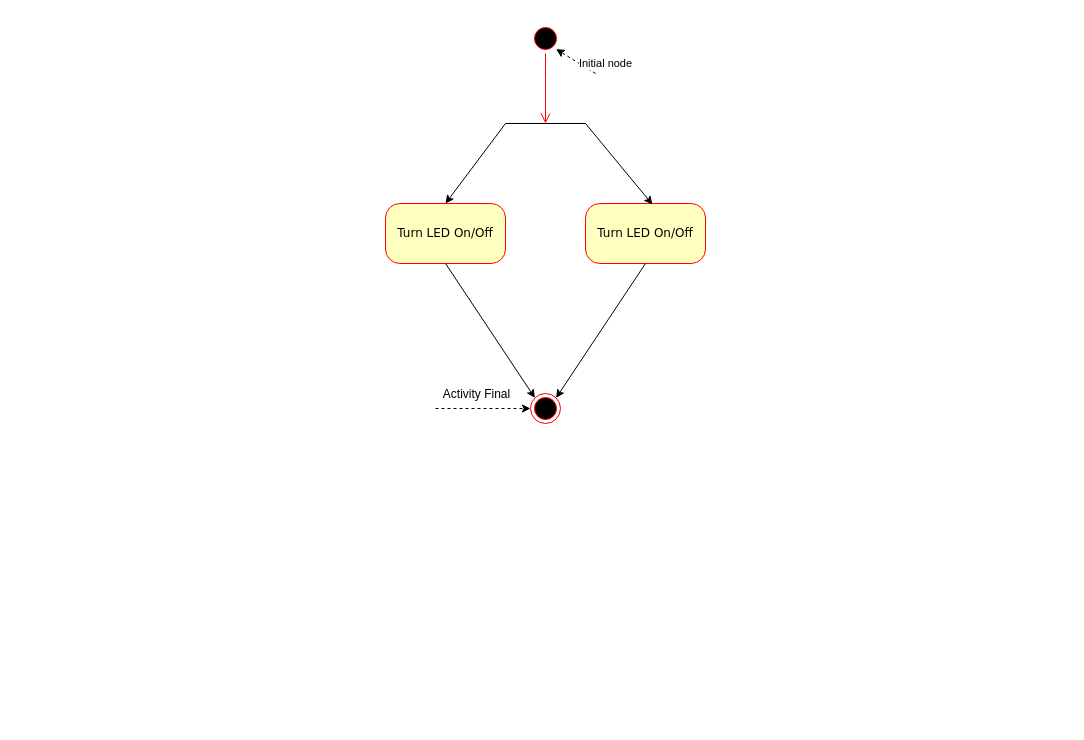
Above: W5 State Diagrams/State Diagrams.drawio in Kenoyer-Brian/CIT360 (draw.io), before the change. Source tidied: cells renumbered, new cells numbered last; positions are measured from the earlier drawing's top-left corner, leaving out a move shared by most shapes. Both pictures are drawn from the tidied source at 100%, with x=0, y=0 at pixel (385, 23).
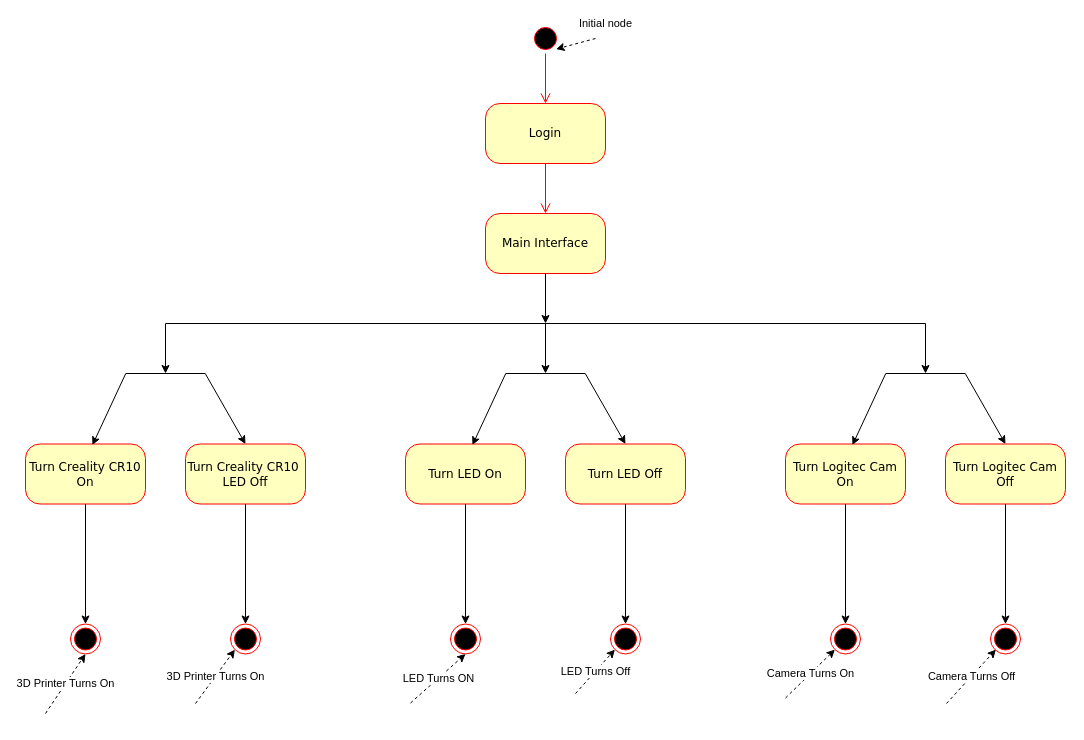
The same page after the edit.

The change refers to these unchanged cells:
```xml
<mxCell id="2" style="ellipse;html=1;shape=startState;fillColor=#000000;strokeColor=#ff0000;rounded=1;shadow=0;comic=0;labelBackgroundColor=none;fontFamily=Verdana;fontSize=12;fontColor=#000000;align=center;direction=south;" parent="1" vertex="1">
  <mxGeometry x="145" width="30" height="30" as="geometry" />
</mxCell>
```

Change to the diagram source:
```diff
@@
-    <mxCell id="3" value="Turn LED On/Off" style="rounded=1;whiteSpace=wrap;html=1;arcSize=24;fillColor=#ffffc0;strokeColor=#ff0000;shadow=0;comic=0;labelBackgroundColor=none;fontFamily=Verdana;fontSize=12;fontColor=#000000;align=center;" parent="1" vertex="1">
-      <mxGeometry x="200" y="180" width="120" height="60" as="geometry" />
+    <mxCell id="3" value="Turn Logitec Cam On" style="rounded=1;whiteSpace=wrap;html=1;arcSize=24;fillColor=#ffffc0;strokeColor=#ff0000;shadow=0;comic=0;labelBackgroundColor=none;fontFamily=Verdana;fontSize=12;fontColor=#000000;align=center;" parent="1" vertex="1">
+      <mxGeometry x="400" y="420.5" width="120" height="60" as="geometry" />
     </mxCell>
-    <mxCell id="4" style="edgeStyle=orthogonalEdgeStyle;html=1;labelBackgroundColor=none;endArrow=open;endSize=8;strokeColor=#ff0000;fontFamily=Verdana;fontSize=12;align=left;exitX=1;exitY=0.5;exitDx=0;exitDy=0;" parent="1" edge="1" source="2">
-      <mxGeometry relative="1" as="geometry">
-        <mxPoint x="160" y="100" as="targetPoint" />
-      </mxGeometry>
+    <mxCell id="4" style="edgeStyle=orthogonalEdgeStyle;html=1;labelBackgroundColor=none;endArrow=open;endSize=8;strokeColor=#ff0000;fontFamily=Verdana;fontSize=12;align=left;exitX=1;exitY=0.5;exitDx=0;exitDy=0;entryX=0.5;entryY=0;entryDx=0;entryDy=0;" parent="1" edge="1" source="2" target="19">
+      <mxGeometry relative="1" as="geometry" />
     </mxCell>
     <mxCell id="5" style="endArrow=none;html=1;" parent="1" edge="1">
       <mxGeometry relative="1" as="geometry">
-        <mxPoint x="120" y="100" as="sourcePoint" />
-        <mxPoint x="200" y="100" as="targetPoint" />
+        <mxPoint x="500" y="350" as="sourcePoint" />
+        <mxPoint x="580" y="350" as="targetPoint" />
       </mxGeometry>
     </mxCell>
-    <mxCell id="6" value="Turn LED On/Off" style="rounded=1;whiteSpace=wrap;html=1;arcSize=24;fillColor=#ffffc0;strokeColor=#ff0000;shadow=0;comic=0;labelBackgroundColor=none;fontFamily=Verdana;fontSize=12;fontColor=#000000;align=center;" parent="1" vertex="1">
-      <mxGeometry y="180" width="120" height="60" as="geometry" />
-    </mxCell>
-    <mxCell id="7" style="endArrow=classic;html=1;entryX=0.5;entryY=0;entryDx=0;entryDy=0;" parent="1" edge="1" target="6">
-      <mxGeometry relative="1" as="geometry">
-        <mxPoint x="120" y="100" as="sourcePoint" />
-      </mxGeometry>
-    </mxCell>
     <mxCell id="8" style="endArrow=classic;html=1;entryX=0.558;entryY=0.017;entryDx=0;entryDy=0;entryPerimeter=0;" parent="1" edge="1" target="3">
       <mxGeometry relative="1" as="geometry">
-        <mxPoint x="200" y="100" as="sourcePoint" />
+        <mxPoint x="500" y="350.5" as="sourcePoint" />
       </mxGeometry>
     </mxCell>
     <mxCell id="9" style="ellipse;html=1;shape=endState;fillColor=#000000;strokeColor=#ff0000;rounded=1;shadow=0;comic=0;labelBackgroundColor=none;fontFamily=Verdana;fontSize=12;fontColor=#000000;align=center;" parent="1" vertex="1">
-      <mxGeometry x="145" y="370" width="30" height="30" as="geometry" />
+      <mxGeometry x="445" y="600.5" width="30" height="30" as="geometry" />
     </mxCell>
-    <mxCell id="10" style="endArrow=classic;html=1;entryX=0;entryY=0;entryDx=0;entryDy=0;exitX=0.5;exitY=1;exitDx=0;exitDy=0;" parent="1" edge="1" source="6" target="9">
-      <mxGeometry relative="1" as="geometry" />
-    </mxCell>
-    <mxCell id="11" style="endArrow=classic;html=1;exitX=0.5;exitY=1;exitDx=0;exitDy=0;entryX=1;entryY=0;entryDx=0;entryDy=0;" parent="1" edge="1" source="3" target="9">
+    <mxCell id="11" style="endArrow=classic;html=1;exitX=0.5;exitY=1;exitDx=0;exitDy=0;entryX=0.5;entryY=0;entryDx=0;entryDy=0;" parent="1" edge="1" source="3" target="9">
       <mxGeometry relative="1" as="geometry" />
     </mxCell>
     <mxCell id="12" value="Initial node" style="endArrow=classic;html=1;dashed=1;entryX=1;entryY=0;entryDx=0;entryDy=0;" parent="1" edge="1" target="2">
-      <mxGeometry x="-1" y="-14" relative="1" as="geometry">
-        <mxPoint x="210" y="50" as="sourcePoint" />
-        <mxPoint x="3" y="2" as="offset" />
+      <mxGeometry x="-1" y="-18" relative="1" as="geometry">
+        <mxPoint x="210" y="15" as="sourcePoint" />
+        <mxPoint x="15" y="2" as="offset" />
       </mxGeometry>
     </mxCell>
-    <mxCell id="13" style="endArrow=classic;html=1;dashed=1;entryX=0;entryY=0.5;entryDx=0;entryDy=0;" parent="1" edge="1" target="9">
-      <mxGeometry relative="1" as="geometry">
-        <mxPoint x="50" y="385" as="sourcePoint" />
-      </mxGeometry>
-    </mxCell>
-    <mxCell id="14" value="Activity Final" style="text;html=1;align=center;verticalAlign=middle;labelBackgroundColor=#ffffff;" parent="13" vertex="1">
-      <mxGeometry x="-0.79" y="-3" relative="1" as="geometry">
-        <mxPoint x="30" y="-18" as="offset" />
-      </mxGeometry>
-    </mxCell>
+    <mxCell id="15" value="Turn Logitec Cam&lt;br&gt;Off" style="rounded=1;whiteSpace=wrap;html=1;arcSize=24;fillColor=#ffffc0;strokeColor=#ff0000;shadow=0;comic=0;labelBackgroundColor=none;fontFamily=Verdana;fontSize=12;fontColor=#000000;align=center;" parent="1" vertex="1">
+      <mxGeometry x="560" y="420.5" width="120" height="60" as="geometry" />
+    </mxCell>
+    <mxCell id="16" style="endArrow=classic;html=1;entryX=0.5;entryY=0;entryDx=0;entryDy=0;" parent="1" edge="1" target="15">
+      <mxGeometry relative="1" as="geometry">
+        <mxPoint x="580" y="350.5" as="sourcePoint" />
+      </mxGeometry>
+    </mxCell>
+    <mxCell id="17" style="ellipse;html=1;shape=endState;fillColor=#000000;strokeColor=#ff0000;rounded=1;shadow=0;comic=0;labelBackgroundColor=none;fontFamily=Verdana;fontSize=12;fontColor=#000000;align=center;" parent="1" vertex="1">
+      <mxGeometry x="605" y="600.5" width="30" height="30" as="geometry" />
+    </mxCell>
+    <mxCell id="18" style="endArrow=classic;html=1;exitX=0.5;exitY=1;exitDx=0;exitDy=0;entryX=0.5;entryY=0;entryDx=0;entryDy=0;" parent="1" edge="1" source="15" target="17">
+      <mxGeometry relative="1" as="geometry" />
+    </mxCell>
+    <mxCell id="19" value="Login" style="rounded=1;whiteSpace=wrap;html=1;arcSize=24;fillColor=#ffffc0;strokeColor=#ff0000;shadow=0;comic=0;labelBackgroundColor=none;fontFamily=Verdana;fontSize=12;fontColor=#000000;align=center;" parent="1" vertex="1">
+      <mxGeometry x="100" y="80" width="120" height="60" as="geometry" />
+    </mxCell>
+    <mxCell id="20" value="Main Interface" style="rounded=1;whiteSpace=wrap;html=1;arcSize=24;fillColor=#ffffc0;strokeColor=#ff0000;shadow=0;comic=0;labelBackgroundColor=none;fontFamily=Verdana;fontSize=12;fontColor=#000000;align=center;" parent="1" vertex="1">
+      <mxGeometry x="100" y="190" width="120" height="60" as="geometry" />
+    </mxCell>
+    <mxCell id="21" style="edgeStyle=orthogonalEdgeStyle;html=1;labelBackgroundColor=none;endArrow=open;endSize=8;strokeColor=#ff0000;fontFamily=Verdana;fontSize=12;align=left;exitX=0.5;exitY=1;exitDx=0;exitDy=0;entryX=0.5;entryY=0;entryDx=0;entryDy=0;" parent="1" edge="1" source="19" target="20">
+      <mxGeometry relative="1" as="geometry" />
+    </mxCell>
+    <mxCell id="22" value="Turn LED On" style="rounded=1;whiteSpace=wrap;html=1;arcSize=24;fillColor=#ffffc0;strokeColor=#ff0000;shadow=0;comic=0;labelBackgroundColor=none;fontFamily=Verdana;fontSize=12;fontColor=#000000;align=center;" parent="1" vertex="1">
+      <mxGeometry x="20" y="420.5" width="120" height="60" as="geometry" />
+    </mxCell>
+    <mxCell id="23" style="endArrow=none;html=1;" parent="1" edge="1">
+      <mxGeometry relative="1" as="geometry">
+        <mxPoint x="120" y="350" as="sourcePoint" />
+        <mxPoint x="200" y="350" as="targetPoint" />
+      </mxGeometry>
+    </mxCell>
+    <mxCell id="24" style="endArrow=classic;html=1;entryX=0.558;entryY=0.017;entryDx=0;entryDy=0;entryPerimeter=0;" parent="1" edge="1" target="22">
+      <mxGeometry relative="1" as="geometry">
+        <mxPoint x="120" y="350.5" as="sourcePoint" />
+      </mxGeometry>
+    </mxCell>
+    <mxCell id="25" style="ellipse;html=1;shape=endState;fillColor=#000000;strokeColor=#ff0000;rounded=1;shadow=0;comic=0;labelBackgroundColor=none;fontFamily=Verdana;fontSize=12;fontColor=#000000;align=center;" parent="1" vertex="1">
+      <mxGeometry x="65" y="600.5" width="30" height="30" as="geometry" />
+    </mxCell>
+    <mxCell id="26" style="endArrow=classic;html=1;exitX=0.5;exitY=1;exitDx=0;exitDy=0;entryX=0.5;entryY=0;entryDx=0;entryDy=0;" parent="1" edge="1" source="22" target="25">
+      <mxGeometry relative="1" as="geometry" />
+    </mxCell>
+    <mxCell id="27" value="Turn LED Off" style="rounded=1;whiteSpace=wrap;html=1;arcSize=24;fillColor=#ffffc0;strokeColor=#ff0000;shadow=0;comic=0;labelBackgroundColor=none;fontFamily=Verdana;fontSize=12;fontColor=#000000;align=center;" parent="1" vertex="1">
+      <mxGeometry x="180" y="420.5" width="120" height="60" as="geometry" />
+    </mxCell>
+    <mxCell id="28" style="endArrow=classic;html=1;entryX=0.5;entryY=0;entryDx=0;entryDy=0;" parent="1" edge="1" target="27">
+      <mxGeometry relative="1" as="geometry">
+        <mxPoint x="200" y="350.5" as="sourcePoint" />
+      </mxGeometry>
+    </mxCell>
+    <mxCell id="29" style="ellipse;html=1;shape=endState;fillColor=#000000;strokeColor=#ff0000;rounded=1;shadow=0;comic=0;labelBackgroundColor=none;fontFamily=Verdana;fontSize=12;fontColor=#000000;align=center;" parent="1" vertex="1">
+      <mxGeometry x="225" y="600.5" width="30" height="30" as="geometry" />
+    </mxCell>
+    <mxCell id="30" style="endArrow=classic;html=1;exitX=0.5;exitY=1;exitDx=0;exitDy=0;entryX=0.5;entryY=0;entryDx=0;entryDy=0;" parent="1" edge="1" source="27" target="29">
+      <mxGeometry relative="1" as="geometry" />
+    </mxCell>
+    <mxCell id="31" value="Turn Creality CR10 On" style="rounded=1;whiteSpace=wrap;html=1;arcSize=24;fillColor=#ffffc0;strokeColor=#ff0000;shadow=0;comic=0;labelBackgroundColor=none;fontFamily=Verdana;fontSize=12;fontColor=#000000;align=center;" parent="1" vertex="1">
+      <mxGeometry x="-360" y="420.5" width="120" height="60" as="geometry" />
+    </mxCell>
+    <mxCell id="32" style="endArrow=none;html=1;" parent="1" edge="1">
+      <mxGeometry relative="1" as="geometry">
+        <mxPoint x="-260" y="350" as="sourcePoint" />
+        <mxPoint x="-180" y="350" as="targetPoint" />
+      </mxGeometry>
+    </mxCell>
+    <mxCell id="33" style="endArrow=classic;html=1;entryX=0.558;entryY=0.017;entryDx=0;entryDy=0;entryPerimeter=0;" parent="1" edge="1" target="31">
+      <mxGeometry relative="1" as="geometry">
+        <mxPoint x="-260" y="350.5" as="sourcePoint" />
+      </mxGeometry>
+    </mxCell>
+    <mxCell id="34" style="ellipse;html=1;shape=endState;fillColor=#000000;strokeColor=#ff0000;rounded=1;shadow=0;comic=0;labelBackgroundColor=none;fontFamily=Verdana;fontSize=12;fontColor=#000000;align=center;" parent="1" vertex="1">
+      <mxGeometry x="-315" y="600.5" width="30" height="30" as="geometry" />
+    </mxCell>
+    <mxCell id="35" style="endArrow=classic;html=1;exitX=0.5;exitY=1;exitDx=0;exitDy=0;entryX=0.5;entryY=0;entryDx=0;entryDy=0;" parent="1" edge="1" source="31" target="34">
+      <mxGeometry relative="1" as="geometry" />
+    </mxCell>
+    <mxCell id="36" value="Turn Creality CR10&amp;nbsp;&lt;br&gt;LED Off" style="rounded=1;whiteSpace=wrap;html=1;arcSize=24;fillColor=#ffffc0;strokeColor=#ff0000;shadow=0;comic=0;labelBackgroundColor=none;fontFamily=Verdana;fontSize=12;fontColor=#000000;align=center;" parent="1" vertex="1">
+      <mxGeometry x="-200" y="420.5" width="120" height="60" as="geometry" />
+    </mxCell>
+    <mxCell id="37" style="endArrow=classic;html=1;entryX=0.5;entryY=0;entryDx=0;entryDy=0;" parent="1" edge="1" target="36">
+      <mxGeometry relative="1" as="geometry">
+        <mxPoint x="-180" y="350.5" as="sourcePoint" />
+      </mxGeometry>
+    </mxCell>
+    <mxCell id="38" style="ellipse;html=1;shape=endState;fillColor=#000000;strokeColor=#ff0000;rounded=1;shadow=0;comic=0;labelBackgroundColor=none;fontFamily=Verdana;fontSize=12;fontColor=#000000;align=center;" parent="1" vertex="1">
+      <mxGeometry x="-155" y="600.5" width="30" height="30" as="geometry" />
+    </mxCell>
+    <mxCell id="39" style="endArrow=classic;html=1;exitX=0.5;exitY=1;exitDx=0;exitDy=0;entryX=0.5;entryY=0;entryDx=0;entryDy=0;" parent="1" edge="1" source="36" target="38">
+      <mxGeometry relative="1" as="geometry" />
+    </mxCell>
+    <mxCell id="40" style="endArrow=none;html=1;" parent="1" edge="1">
+      <mxGeometry relative="1" as="geometry">
+        <mxPoint x="-220" y="300" as="sourcePoint" />
+        <mxPoint x="540" y="300" as="targetPoint" />
+      </mxGeometry>
+    </mxCell>
+    <mxCell id="41" style="endArrow=classic;html=1;exitX=0.5;exitY=1;exitDx=0;exitDy=0;" parent="1" edge="1" source="20">
+      <mxGeometry relative="1" as="geometry">
+        <mxPoint x="160" y="300" as="targetPoint" />
+      </mxGeometry>
+    </mxCell>
+    <mxCell id="42" style="endArrow=classic;html=1;" parent="1" edge="1">
+      <mxGeometry relative="1" as="geometry">
+        <mxPoint x="160" y="300" as="sourcePoint" />
+        <mxPoint x="160" y="350" as="targetPoint" />
+      </mxGeometry>
+    </mxCell>
+    <mxCell id="43" style="endArrow=classic;html=1;" parent="1" edge="1">
+      <mxGeometry relative="1" as="geometry">
+        <mxPoint x="-220" y="300" as="sourcePoint" />
+        <mxPoint x="-220" y="350" as="targetPoint" />
+      </mxGeometry>
+    </mxCell>
+    <mxCell id="44" style="endArrow=classic;html=1;" parent="1" edge="1">
+      <mxGeometry relative="1" as="geometry">
+        <mxPoint x="540" y="300" as="sourcePoint" />
+        <mxPoint x="540" y="350" as="targetPoint" />
+      </mxGeometry>
+    </mxCell>
+    <mxCell id="45" value="3D Printer Turns On" style="endArrow=classic;html=1;dashed=1;entryX=0.5;entryY=1;entryDx=0;entryDy=0;" parent="1" edge="1" target="34">
+      <mxGeometry x="0.01" relative="1" as="geometry">
+        <mxPoint x="-340" y="690" as="sourcePoint" />
+      </mxGeometry>
+    </mxCell>
+    <mxCell id="46" value="LED Turns ON" style="endArrow=classic;html=1;dashed=1;entryX=0.5;entryY=1;entryDx=0;entryDy=0;" parent="1" edge="1" target="25">
+      <mxGeometry x="0.01" relative="1" as="geometry">
+        <mxPoint x="25" y="679.5" as="sourcePoint" />
+      </mxGeometry>
+    </mxCell>
+    <mxCell id="47" value="LED Turns Off" style="endArrow=classic;html=1;dashed=1;entryX=0;entryY=1;entryDx=0;entryDy=0;" parent="1" edge="1" target="29">
+      <mxGeometry x="0.01" relative="1" as="geometry">
+        <mxPoint x="190" y="670" as="sourcePoint" />
+      </mxGeometry>
+    </mxCell>
+    <mxCell id="48" value="Camera Turns On" style="endArrow=classic;html=1;dashed=1;entryX=0;entryY=1;entryDx=0;entryDy=0;" parent="1" edge="1" target="9">
+      <mxGeometry x="0.01" relative="1" as="geometry">
+        <mxPoint x="400" y="674.5" as="sourcePoint" />
+      </mxGeometry>
+    </mxCell>
+    <mxCell id="49" value="Camera Turns Off" style="endArrow=classic;html=1;dashed=1;entryX=0;entryY=1;entryDx=0;entryDy=0;" parent="1" edge="1">
+      <mxGeometry x="0.01" relative="1" as="geometry">
+        <mxPoint x="561" y="680" as="sourcePoint" />
+        <mxPoint x="610.4" y="626.1" as="targetPoint" />
+      </mxGeometry>
+    </mxCell>
+    <mxCell id="50" value="3D Printer Turns On" style="endArrow=classic;html=1;dashed=1;entryX=0;entryY=1;entryDx=0;entryDy=0;" parent="1" edge="1" target="38">
+      <mxGeometry x="0.01" relative="1" as="geometry">
+        <mxPoint x="-190" y="680" as="sourcePoint" />
+      </mxGeometry>
+    </mxCell>
```
